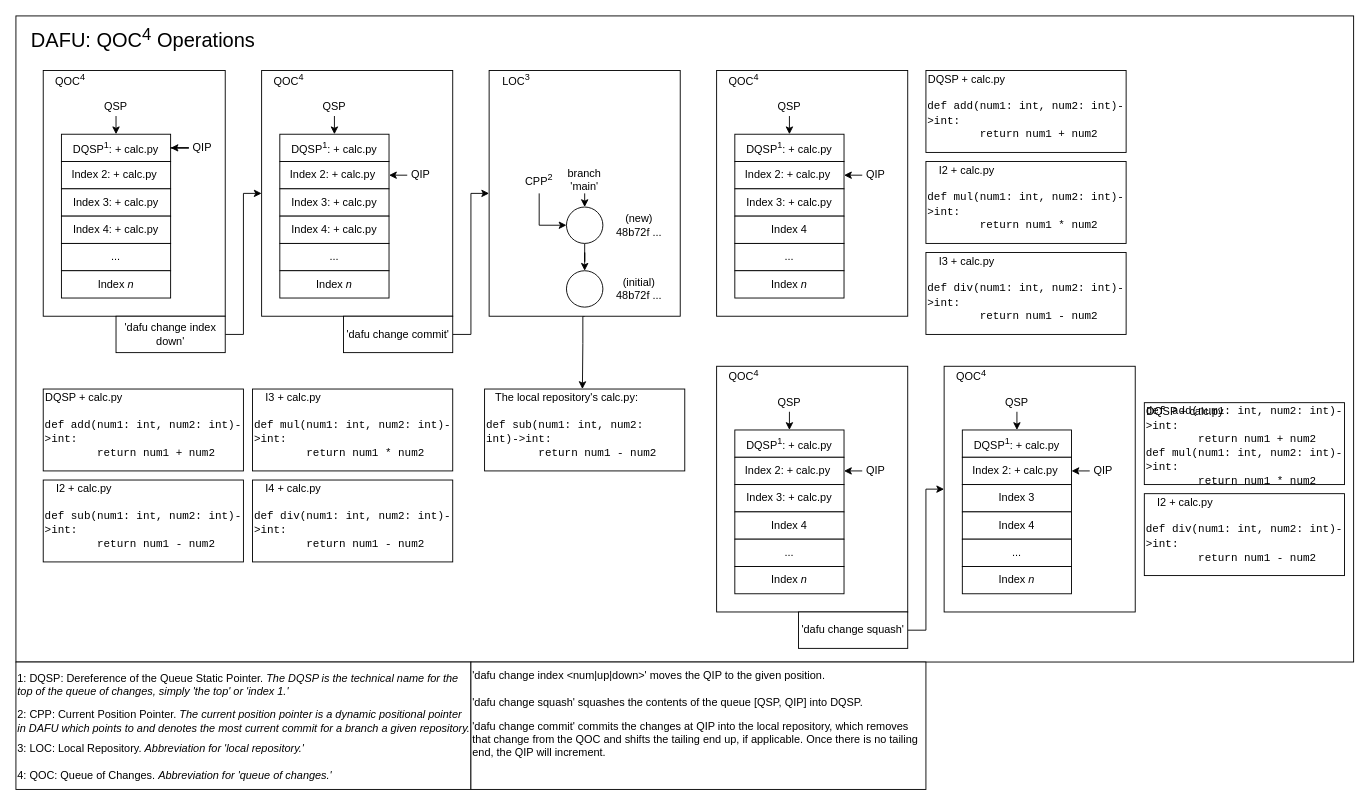
konik-sektion/docs keeps this draw.io diagram as qoc-operations.drawio. Above is the earlier version. Source tidied: cells renumbered, new cells numbered last; positions are measured from the earlier drawing's top-left corner, leaving out a move shared by most shapes. Both pictures are drawn from the tidied source at 91%, with x=0, y=0 at pixel (15, 15).
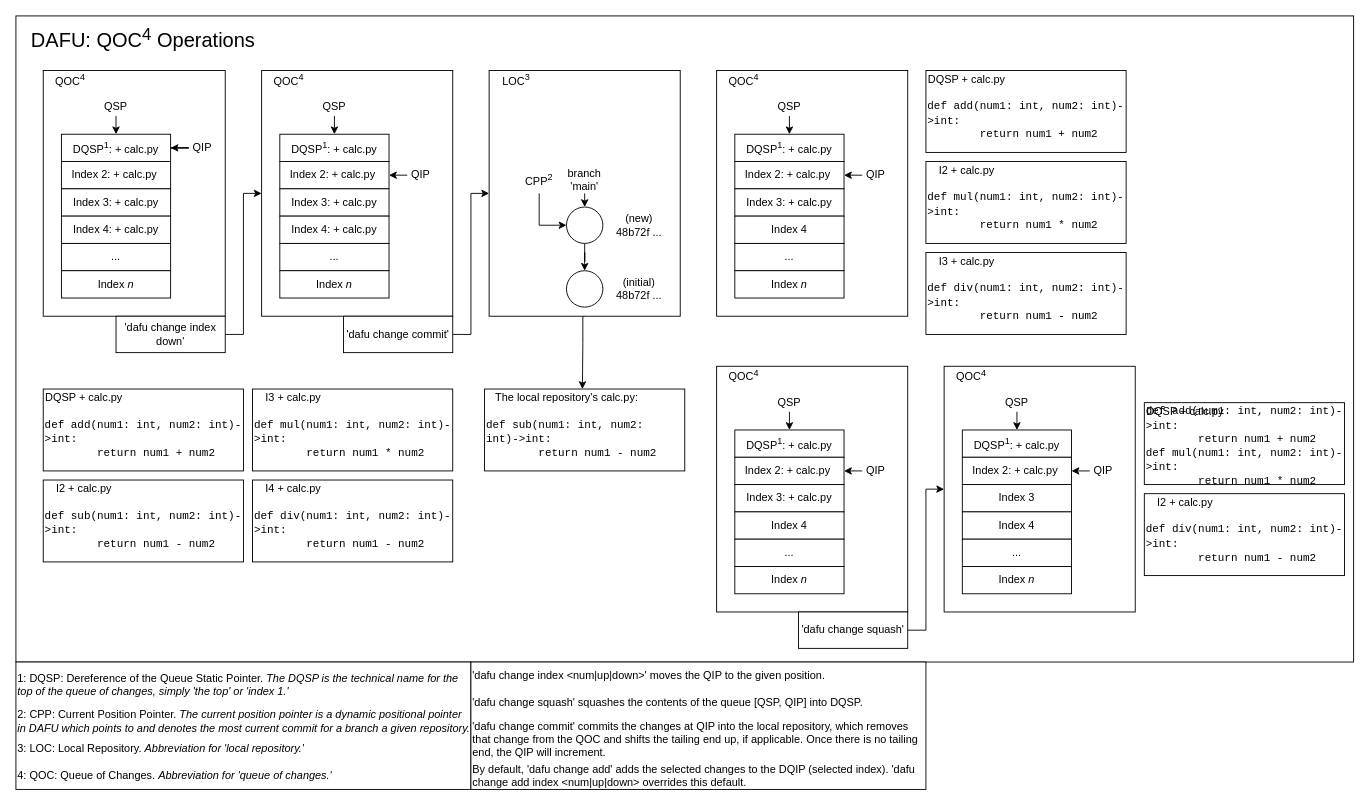
Above is the later version.

What changed in the source:
```diff
@@
+    <mxCell id="121" value="By default, 'dafu change add' adds the selected changes to the DQIP (selected index). 'dafu change add index &amp;lt;num|up|down&amp;gt; overrides this default." style="text;html=1;whiteSpace=wrap;strokeColor=none;fillColor=none;align=left;verticalAlign=middle;rounded=0;" parent="1" vertex="1">
+      <mxGeometry x="500" y="820" width="500" height="30" as="geometry" />
+    </mxCell>
```
